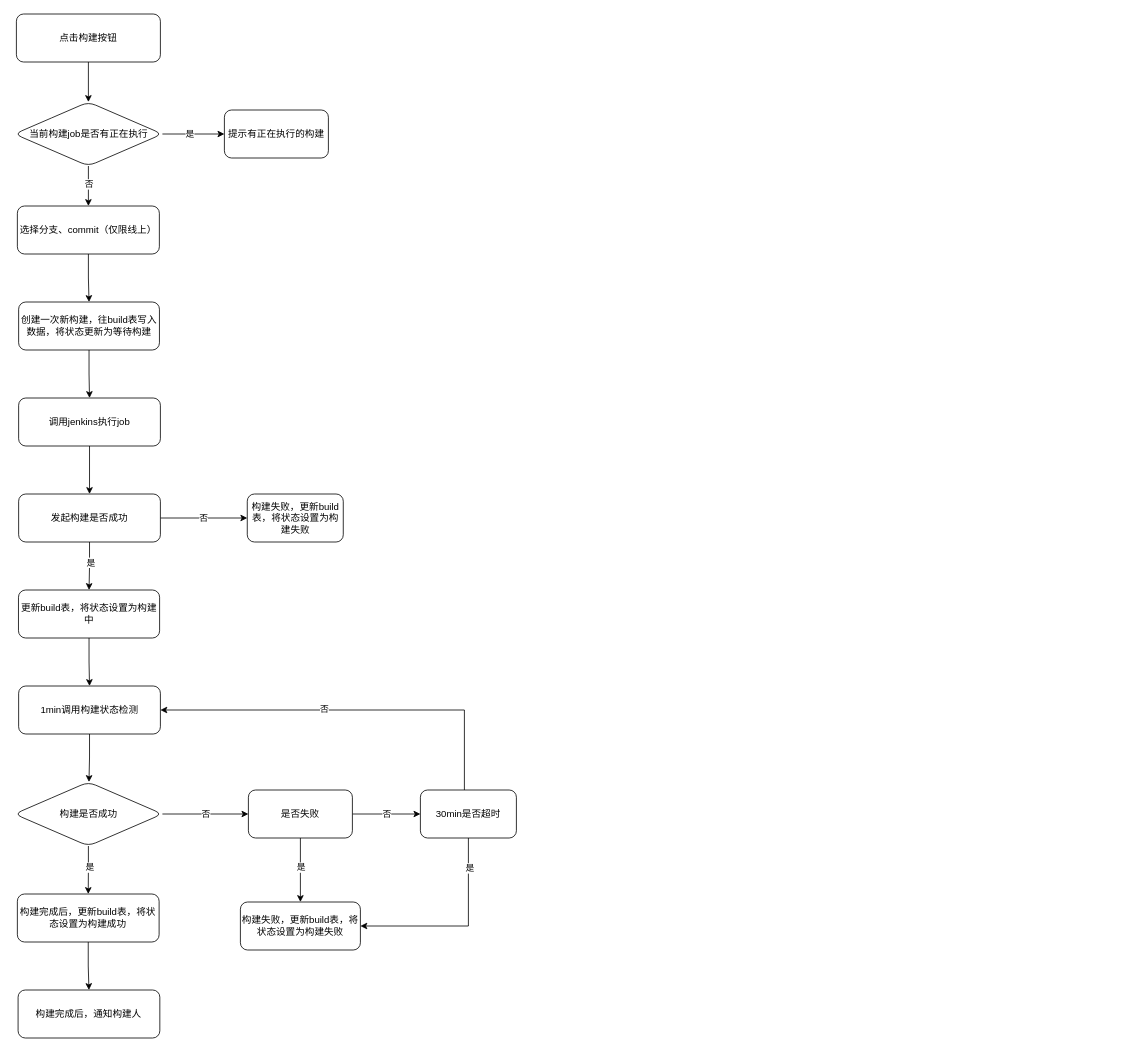
Before: build.drawio in wupei-w/diagrams, a draw.io diagram. Source tidied: cells renumbered, new cells numbered last; positions are measured from the earlier drawing's top-left corner, leaving out a move shared by most shapes. Both pictures are drawn from the tidied source at 80%, with x=0, y=0 at pixel (14, 14).
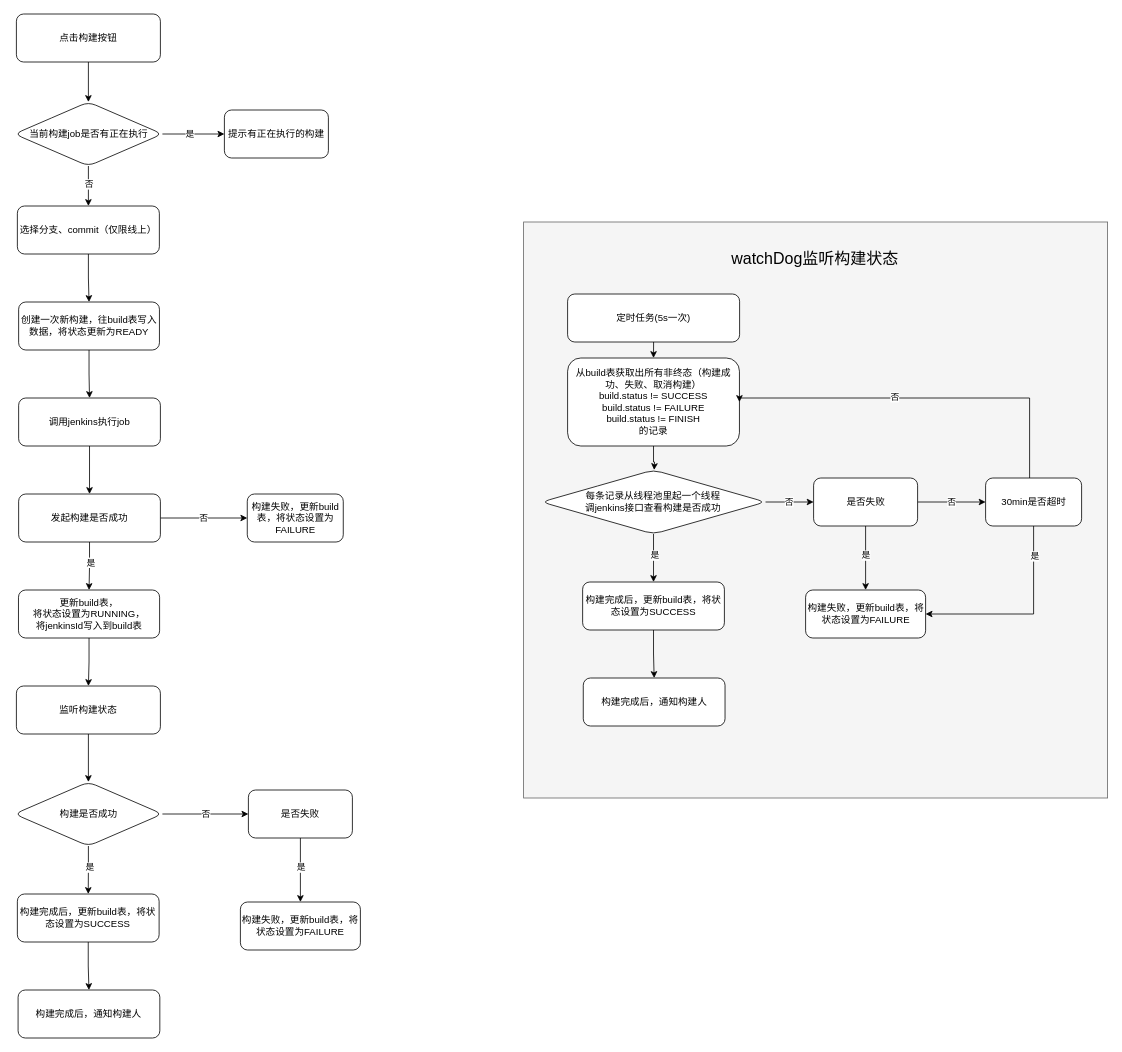
The same diagram, later.

The change refers to these unchanged cells:
```xml
<mxCell id="22" value="构建是否成功" style="rhombus;whiteSpace=wrap;html=1;rounded=1;" parent="1" vertex="1">
  <mxGeometry x="-0.5" y="960" width="185" height="80" as="geometry" />
</mxCell>
<mxCell id="29" value="是否失败" style="whiteSpace=wrap;html=1;rounded=1;" parent="1" vertex="1">
  <mxGeometry x="292" y="970" width="130" height="60" as="geometry" />
</mxCell>
```

Diff of the diagram source:
```diff
@@
+    <mxCell id="44" style="rounded=0;whiteSpace=wrap;html=1;fillColor=#f5f5f5;fontColor=#333333;strokeColor=#666666;" parent="1" vertex="1">
+      <mxGeometry x="636" y="260" width="730" height="720" as="geometry" />
+    </mxCell>
@@
-    <mxCell id="13" value="创建一次新构建，往build表写入数据，将状态更新为等待构建" style="whiteSpace=wrap;html=1;rounded=1;" parent="1" vertex="1">
+    <mxCell id="13" value="创建一次新构建，往build表写入数据，将状态更新为READY" style="whiteSpace=wrap;html=1;rounded=1;" parent="1" vertex="1">
       <mxGeometry x="4.8" y="360" width="176" height="60" as="geometry" />
     </mxCell>
@@
-    <mxCell id="16" style="edgeStyle=orthogonalEdgeStyle;rounded=0;jettySize=auto;html=1;" parent="1" edge="1" source="17">
-      <mxGeometry relative="1" as="geometry">
-        <mxPoint x="92.7" y="960" as="targetPoint" />
-      </mxGeometry>
-    </mxCell>
-    <mxCell id="17" value="1min调用构建状态检测" style="whiteSpace=wrap;html=1;rounded=1;" parent="1" vertex="1">
-      <mxGeometry x="4.8" y="840" width="177.2" height="60" as="geometry" />
-    </mxCell>
@@
-    <mxCell id="24" value="构建完成后，更新build表，将状态设置为构建成功" style="whiteSpace=wrap;html=1;rounded=1;" parent="1" vertex="1">
+    <mxCell id="24" value="构建完成后，更新build表，将状态设置为SUCCESS" style="whiteSpace=wrap;html=1;rounded=1;" parent="1" vertex="1">
       <mxGeometry x="3.2" y="1100" width="177.2" height="60" as="geometry" />
     </mxCell>
@@
-    <mxCell id="27" style="edgeStyle=orthogonalEdgeStyle;rounded=0;jettySize=auto;html=1;" parent="1" edge="1" source="29" target="41">
-      <mxGeometry relative="1" as="geometry" />
-    </mxCell>
-    <mxCell id="28" value="否" style="edgeLabel;html=1;align=center;verticalAlign=middle;" parent="27" vertex="1">
-      <mxGeometry x="-0.01" y="1" relative="1" as="geometry" />
-    </mxCell>
@@
-    <mxCell id="30" value="构建失败，更新build表，将状态设置为构建失败" style="whiteSpace=wrap;html=1;rounded=1;" parent="1" vertex="1">
+    <mxCell id="30" value="构建失败，更新build表，将状态设置为FAILURE" style="whiteSpace=wrap;html=1;rounded=1;" parent="1" vertex="1">
       <mxGeometry x="282" y="1110" width="150" height="60" as="geometry" />
     </mxCell>
@@
-    <mxCell id="36" value="构建失败，更新build表，将状态设置为构建失败" style="whiteSpace=wrap;html=1;rounded=1;" parent="1" vertex="1">
+    <mxCell id="36" value="构建失败，更新build表，将状态设置为FAILURE" style="whiteSpace=wrap;html=1;rounded=1;" parent="1" vertex="1">
       <mxGeometry x="290.6" y="600" width="120" height="60" as="geometry" />
     </mxCell>
-    <mxCell id="37" style="edgeStyle=orthogonalEdgeStyle;rounded=0;jettySize=auto;html=1;entryX=1;entryY=0.5;entryDx=0;entryDy=0;" parent="1" edge="1" source="41" target="17">
-      <mxGeometry relative="1" as="geometry">
-        <Array as="points">
-          <mxPoint x="562" y="870" />
-        </Array>
-      </mxGeometry>
-    </mxCell>
-    <mxCell id="38" value="否" style="edgeLabel;html=1;align=center;verticalAlign=middle;" parent="37" vertex="1">
-      <mxGeometry x="0.15" y="-2" relative="1" as="geometry" />
-    </mxCell>
-    <mxCell id="39" style="edgeStyle=orthogonalEdgeStyle;rounded=0;jettySize=auto;html=1;entryX=1;entryY=0.5;entryDx=0;entryDy=0;" parent="1" edge="1" source="41" target="30">
-      <mxGeometry relative="1" as="geometry">
-        <Array as="points">
-          <mxPoint x="567" y="1140" />
-        </Array>
-      </mxGeometry>
-    </mxCell>
-    <mxCell id="40" value="是" style="edgeLabel;html=1;align=center;verticalAlign=middle;" parent="39" vertex="1">
-      <mxGeometry x="-0.7" y="1" relative="1" as="geometry" />
-    </mxCell>
+    <mxCell id="45" style="edgeStyle=orthogonalEdgeStyle;rounded=0;jettySize=auto;html=1;" parent="1" edge="1" source="43" target="69">
+      <mxGeometry relative="1" as="geometry" />
+    </mxCell>
+    <mxCell id="43" value="更新build表，&lt;br&gt;将状态设置为RUNNING，&lt;br&gt;将jenkinsId写入到build表" style="whiteSpace=wrap;html=1;rounded=1;" parent="1" vertex="1">
+      <mxGeometry x="4.6" y="720" width="176.4" height="60" as="geometry" />
+    </mxCell>
+    <mxCell id="46" style="edgeStyle=orthogonalEdgeStyle;rounded=0;jettySize=auto;html=1;" parent="1" edge="1" source="47">
+      <mxGeometry relative="1" as="geometry">
+        <mxPoint x="799.2" y="570" as="targetPoint" />
+      </mxGeometry>
+    </mxCell>
+    <mxCell id="47" value="从build表获取出所有非终态（构建成功、失败、取消构建）&lt;br&gt;build.status != SUCCESS&lt;br&gt;build.status != FAILURE&lt;br&gt;build.status != FINISH&lt;br&gt;的记录" style="whiteSpace=wrap;html=1;rounded=1;" parent="1" vertex="1">
+      <mxGeometry x="691" y="430" width="214.8" height="110" as="geometry" />
+    </mxCell>
+    <mxCell id="48" value="构建完成后，通知构建人" style="whiteSpace=wrap;html=1;rounded=1;" parent="1" vertex="1">
+      <mxGeometry x="710.6" y="830" width="177.2" height="60" as="geometry" />
+    </mxCell>
+    <mxCell id="49" style="edgeStyle=orthogonalEdgeStyle;rounded=0;jettySize=auto;html=1;" parent="1" edge="1" source="52" target="54">
+      <mxGeometry relative="1" as="geometry" />
+    </mxCell>
+    <mxCell id="50" value="是" style="edgeLabel;html=1;align=center;verticalAlign=middle;" parent="49" vertex="1">
+      <mxGeometry x="-0.15" y="1" relative="1" as="geometry" />
+    </mxCell>
+    <mxCell id="51" value="否" style="edgeStyle=orthogonalEdgeStyle;rounded=0;jettySize=auto;html=1;" parent="1" edge="1" source="52" target="59">
+      <mxGeometry relative="1" as="geometry" />
+    </mxCell>
+    <mxCell id="52" value="每条记录从线程池里起一个线程&lt;br&gt;调jenkins接口查看构建是否成功" style="rhombus;whiteSpace=wrap;html=1;rounded=1;" parent="1" vertex="1">
+      <mxGeometry x="658.4" y="570" width="280" height="80" as="geometry" />
+    </mxCell>
+    <mxCell id="53" style="edgeStyle=orthogonalEdgeStyle;rounded=0;jettySize=auto;html=1;" parent="1" edge="1" source="54" target="48">
+      <mxGeometry relative="1" as="geometry" />
+    </mxCell>
+    <mxCell id="54" value="构建完成后，更新build表，将状态设置为SUCCESS" style="whiteSpace=wrap;html=1;rounded=1;" parent="1" vertex="1">
+      <mxGeometry x="709.8" y="710" width="177.2" height="60" as="geometry" />
+    </mxCell>
+    <mxCell id="55" style="edgeStyle=orthogonalEdgeStyle;rounded=0;jettySize=auto;html=1;" parent="1" edge="1" source="59" target="60">
+      <mxGeometry relative="1" as="geometry" />
+    </mxCell>
+    <mxCell id="56" value="是" style="edgeLabel;html=1;align=center;verticalAlign=middle;" parent="55" vertex="1">
+      <mxGeometry x="-0.1" relative="1" as="geometry" />
+    </mxCell>
+    <mxCell id="57" style="edgeStyle=orthogonalEdgeStyle;rounded=0;jettySize=auto;html=1;" parent="1" edge="1" source="59" target="41">
+      <mxGeometry relative="1" as="geometry" />
+    </mxCell>
+    <mxCell id="58" value="否" style="edgeLabel;html=1;align=center;verticalAlign=middle;" parent="57" vertex="1">
+      <mxGeometry x="-0.01" y="1" relative="1" as="geometry" />
+    </mxCell>
+    <mxCell id="59" value="是否失败" style="whiteSpace=wrap;html=1;rounded=1;" parent="1" vertex="1">
+      <mxGeometry x="998.5" y="580" width="130" height="60" as="geometry" />
+    </mxCell>
+    <mxCell id="60" value="构建失败，更新build表，将状态设置为FAILURE" style="whiteSpace=wrap;html=1;rounded=1;" parent="1" vertex="1">
+      <mxGeometry x="988.5" y="720" width="150" height="60" as="geometry" />
+    </mxCell>
+    <mxCell id="61" style="edgeStyle=orthogonalEdgeStyle;rounded=0;jettySize=auto;html=1;entryX=1;entryY=0.5;entryDx=0;entryDy=0;" parent="1" edge="1" source="41" target="47">
+      <mxGeometry relative="1" as="geometry">
+        <Array as="points">
+          <mxPoint x="1268.5" y="480" />
+        </Array>
+      </mxGeometry>
+    </mxCell>
+    <mxCell id="62" value="否" style="edgeLabel;html=1;align=center;verticalAlign=middle;" parent="61" vertex="1">
+      <mxGeometry x="0.15" y="-2" relative="1" as="geometry" />
+    </mxCell>
+    <mxCell id="63" style="edgeStyle=orthogonalEdgeStyle;rounded=0;jettySize=auto;html=1;entryX=1;entryY=0.5;entryDx=0;entryDy=0;" parent="1" edge="1" source="41" target="60">
+      <mxGeometry relative="1" as="geometry">
+        <Array as="points">
+          <mxPoint x="1273.5" y="750" />
+        </Array>
+      </mxGeometry>
+    </mxCell>
+    <mxCell id="64" value="是" style="edgeLabel;html=1;align=center;verticalAlign=middle;" parent="63" vertex="1">
+      <mxGeometry x="-0.7" y="1" relative="1" as="geometry" />
+    </mxCell>
     <mxCell id="41" value="30min是否超时" style="whiteSpace=wrap;html=1;rounded=1;" parent="1" vertex="1">
-      <mxGeometry x="507" y="970" width="120" height="60" as="geometry" />
+      <mxGeometry x="1213.5" y="580" width="120" height="60" as="geometry" />
     </mxCell>
-    <mxCell id="42" style="edgeStyle=orthogonalEdgeStyle;rounded=0;jettySize=auto;html=1;" parent="1" edge="1" source="43" target="17">
-      <mxGeometry relative="1" as="geometry" />
-    </mxCell>
-    <mxCell id="43" value="更新build表，将状态设置为构建中" style="whiteSpace=wrap;html=1;rounded=1;" parent="1" vertex="1">
-      <mxGeometry x="4.6" y="720" width="176.4" height="60" as="geometry" />
-    </mxCell>
+    <mxCell id="65" value="&lt;font style=&quot;font-size: 20px;&quot;&gt;watchDog监听构建状态&lt;/font&gt;" style="text;html=1;strokeColor=none;fillColor=none;align=center;verticalAlign=middle;whiteSpace=wrap;rounded=0;" parent="1" vertex="1">
+      <mxGeometry x="883.4" y="290" width="235.2" height="30" as="geometry" />
+    </mxCell>
+    <mxCell id="66" style="edgeStyle=orthogonalEdgeStyle;rounded=0;jettySize=auto;html=1;exitX=0.5;exitY=1;exitDx=0;exitDy=0;entryX=0.5;entryY=0;entryDx=0;entryDy=0;" parent="1" edge="1" source="67" target="47">
+      <mxGeometry relative="1" as="geometry" />
+    </mxCell>
+    <mxCell id="67" value="定时任务(5s一次)" style="rounded=1;whiteSpace=wrap;html=1;" parent="1" vertex="1">
+      <mxGeometry x="691" y="350" width="215" height="60" as="geometry" />
+    </mxCell>
+    <mxCell id="68" style="edgeStyle=orthogonalEdgeStyle;rounded=0;jettySize=auto;html=1;" parent="1" edge="1" source="69" target="22">
+      <mxGeometry relative="1" as="geometry" />
+    </mxCell>
+    <mxCell id="69" value="监听构建状态" style="whiteSpace=wrap;html=1;rounded=1;" parent="1" vertex="1">
+      <mxGeometry x="2" y="840" width="180" height="60" as="geometry" />
+    </mxCell>
```
